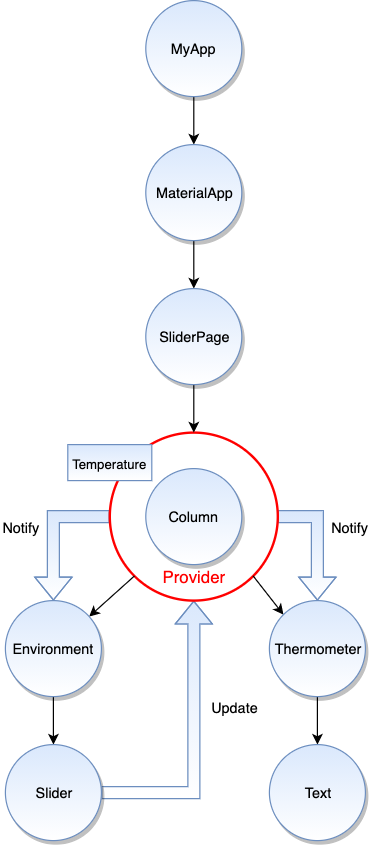
Before: assets/slider-widget-tree-01.png, a diagram exported from draw.io (meysammahfouzi/slider-provider). Source tidied: cells renumbered, new cells last; positions are measured from the earlier drawing's top-left corner, leaving out a move shared by most shapes. Source of this version:
```xml
<mxGraphModel>
  <root>
    <mxCell id="0" />
    <mxCell id="1" parent="0" />
    <mxCell id="2" style="edgeStyle=orthogonalEdgeStyle;rounded=0;jettySize=auto;html=1;entryX=0.5;entryY=1;entryDx=0;entryDy=0;shape=flexArrow;fillColor=#dae8fc;strokeColor=#6c8ebf;gradientColor=#ffffff;" parent="1" edge="1" source="21" target="5">
      <mxGeometry relative="1" as="geometry" />
    </mxCell>
    <mxCell id="3" style="edgeStyle=orthogonalEdgeStyle;shape=flexArrow;rounded=0;jettySize=auto;html=1;exitX=1;exitY=0.5;exitDx=0;exitDy=0;entryX=0.5;entryY=0;entryDx=0;entryDy=0;fillColor=#dae8fc;strokeColor=#6c8ebf;gradientColor=#ffffff;" parent="1" edge="1" source="5" target="20">
      <mxGeometry relative="1" as="geometry" />
    </mxCell>
    <mxCell id="4" style="edgeStyle=orthogonalEdgeStyle;shape=flexArrow;rounded=0;jettySize=auto;html=1;exitX=0;exitY=0.5;exitDx=0;exitDy=0;entryX=0.5;entryY=0;entryDx=0;entryDy=0;fillColor=#dae8fc;strokeColor=#6c8ebf;gradientColor=#ffffff;" parent="1" edge="1" source="5" target="16">
      <mxGeometry relative="1" as="geometry" />
    </mxCell>
    <mxCell id="5" style="ellipse;whiteSpace=wrap;html=1;shadow=0;fillColor=none;strokeColor=#FF0000;strokeWidth=2;gradientColor=#ffffff;gradientDirection=east;" parent="1" vertex="1">
      <mxGeometry x="91" y="360" width="140" height="140" as="geometry" />
    </mxCell>
    <mxCell id="6" style="jettySize=auto;html=1;exitX=0.5;exitY=1;exitDx=0;exitDy=0;strokeColor=#000000;rounded=0;entryX=0.5;entryY=0;entryDx=0;entryDy=0;" parent="1" edge="1" source="7" target="9">
      <mxGeometry relative="1" as="geometry" />
    </mxCell>
    <mxCell id="7" value="MyApp" style="ellipse;whiteSpace=wrap;html=1;fillColor=#dae8fc;strokeColor=#6c8ebf;gradientColor=#ffffff;shadow=1;" parent="1" vertex="1">
      <mxGeometry x="121" width="80" height="80" as="geometry" />
    </mxCell>
    <mxCell id="8" style="rounded=0;jettySize=auto;html=1;exitX=0.5;exitY=1;exitDx=0;exitDy=0;entryX=0.5;entryY=0;entryDx=0;entryDy=0;gradientColor=#ffffff;" parent="1" edge="1" source="9" target="11">
      <mxGeometry relative="1" as="geometry" />
    </mxCell>
    <mxCell id="9" value="MaterialApp" style="ellipse;whiteSpace=wrap;html=1;fillColor=#dae8fc;strokeColor=#6c8ebf;gradientColor=#ffffff;shadow=1;" parent="1" vertex="1">
      <mxGeometry x="121" y="120" width="80" height="80" as="geometry" />
    </mxCell>
    <mxCell id="10" style="edgeStyle=orthogonalEdgeStyle;rounded=0;jettySize=auto;html=1;exitX=0.5;exitY=1;exitDx=0;exitDy=0;entryX=0.5;entryY=0;entryDx=0;entryDy=0;gradientColor=#ffffff;" parent="1" edge="1" source="11" target="5">
      <mxGeometry relative="1" as="geometry" />
    </mxCell>
    <mxCell id="11" value="SliderPage" style="ellipse;whiteSpace=wrap;html=1;fillColor=#dae8fc;strokeColor=#6c8ebf;gradientColor=#ffffff;shadow=1;" parent="1" vertex="1">
      <mxGeometry x="121" y="240" width="80" height="80" as="geometry" />
    </mxCell>
    <mxCell id="12" style="edgeStyle=none;rounded=0;jettySize=auto;html=1;gradientColor=#ffffff;exitX=0;exitY=1;exitDx=0;exitDy=0;" parent="1" edge="1" source="5" target="16">
      <mxGeometry relative="1" as="geometry" />
    </mxCell>
    <mxCell id="13" style="edgeStyle=none;rounded=0;jettySize=auto;html=1;exitX=1;exitY=1;exitDx=0;exitDy=0;entryX=0;entryY=0;entryDx=0;entryDy=0;gradientColor=#ffffff;" parent="1" edge="1" source="5" target="20">
      <mxGeometry relative="1" as="geometry" />
    </mxCell>
    <mxCell id="14" value="Column" style="ellipse;whiteSpace=wrap;html=1;fillColor=#dae8fc;strokeColor=#6c8ebf;gradientColor=#ffffff;shadow=1;" parent="1" vertex="1">
      <mxGeometry x="121" y="390" width="80" height="80" as="geometry" />
    </mxCell>
    <mxCell id="15" style="edgeStyle=none;rounded=0;jettySize=auto;html=1;gradientColor=#ffffff;" parent="1" edge="1" source="16" target="21">
      <mxGeometry relative="1" as="geometry" />
    </mxCell>
    <mxCell id="16" value="Environment" style="ellipse;whiteSpace=wrap;html=1;fillColor=#dae8fc;strokeColor=#6c8ebf;gradientColor=#ffffff;shadow=1;" parent="1" vertex="1">
      <mxGeometry x="4" y="500" width="80" height="80" as="geometry" />
    </mxCell>
    <mxCell id="17" value="Provider" style="text;html=1;strokeColor=none;fillColor=none;align=center;verticalAlign=middle;whiteSpace=wrap;rounded=0;shadow=0;fontColor=#FF0000;fontSize=14;" parent="1" vertex="1">
      <mxGeometry x="141" y="470" width="40" height="20" as="geometry" />
    </mxCell>
    <mxCell id="18" value="&lt;font style=&quot;font-size: 11px&quot;&gt;Temperature&lt;/font&gt;" style="text;html=1;strokeColor=#6c8ebf;fillColor=#dae8fc;align=center;verticalAlign=middle;whiteSpace=wrap;rounded=0;shadow=0;labelBackgroundColor=none;fontSize=14;gradientColor=#ffffff;" parent="1" vertex="1">
      <mxGeometry x="56" y="370" width="70" height="30" as="geometry" />
    </mxCell>
    <mxCell id="19" style="edgeStyle=none;rounded=0;jettySize=auto;html=1;gradientColor=#ffffff;" parent="1" edge="1" source="20" target="22">
      <mxGeometry relative="1" as="geometry" />
    </mxCell>
    <mxCell id="20" value="Thermometer" style="ellipse;whiteSpace=wrap;html=1;fillColor=#dae8fc;strokeColor=#6c8ebf;gradientColor=#ffffff;shadow=1;" parent="1" vertex="1">
      <mxGeometry x="224" y="500" width="80" height="80" as="geometry" />
    </mxCell>
    <mxCell id="21" value="Slider" style="ellipse;whiteSpace=wrap;html=1;fillColor=#dae8fc;strokeColor=#6c8ebf;gradientColor=#ffffff;shadow=1;" parent="1" vertex="1">
      <mxGeometry x="4" y="620" width="80" height="80" as="geometry" />
    </mxCell>
    <mxCell id="22" value="Text" style="ellipse;whiteSpace=wrap;html=1;fillColor=#dae8fc;strokeColor=#6c8ebf;gradientColor=#ffffff;shadow=1;" parent="1" vertex="1">
      <mxGeometry x="224" y="620" width="80" height="80" as="geometry" />
    </mxCell>
    <mxCell id="23" value="Update" style="text;html=1;align=left;verticalAlign=top;spacingTop=-4;" parent="1" vertex="1">
      <mxGeometry x="174" y="580" width="50" height="20" as="geometry" />
    </mxCell>
    <mxCell id="24" value="Notify" style="text;html=1;align=left;verticalAlign=top;spacingTop=-4;" parent="1" vertex="1">
      <mxGeometry x="274" y="430" width="50" height="20" as="geometry" />
    </mxCell>
    <mxCell id="25" value="Notify" style="text;html=1;align=left;verticalAlign=top;spacingTop=-4;" parent="1" vertex="1">
      <mxGeometry y="430" width="50" height="20" as="geometry" />
    </mxCell>
  </root>
</mxGraphModel>
```
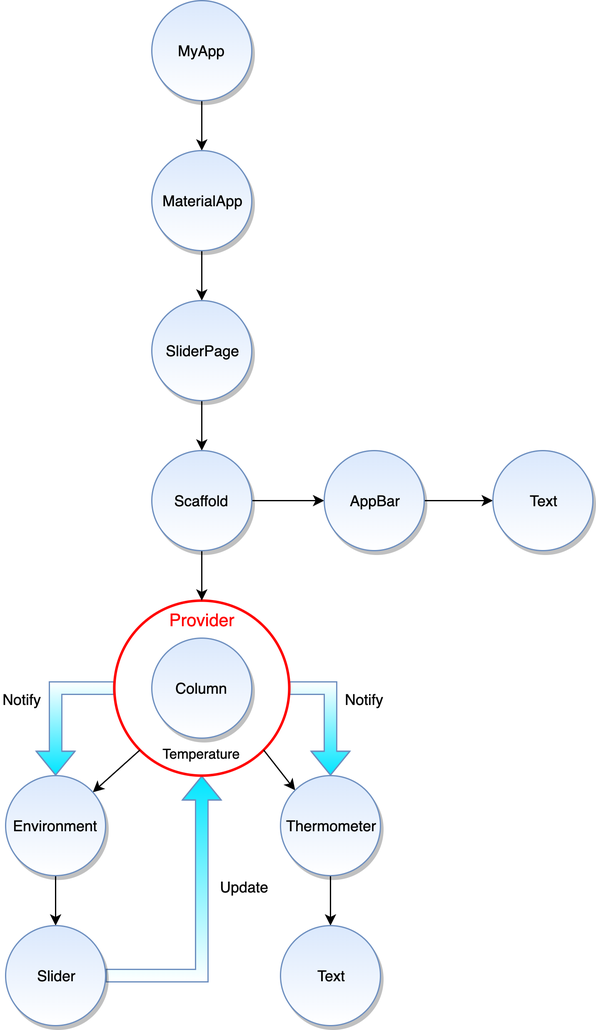
After the commit.

Commit message:
Rename temperature class

Change to the diagram source:
```diff
@@ -2,13 +2,13 @@
   <root>
     <mxCell id="0" />
     <mxCell id="1" parent="0" />
-    <mxCell id="2" style="edgeStyle=orthogonalEdgeStyle;rounded=0;jettySize=auto;html=1;entryX=0.5;entryY=1;entryDx=0;entryDy=0;shape=flexArrow;fillColor=#dae8fc;strokeColor=#6c8ebf;gradientColor=#ffffff;" parent="1" edge="1" source="21" target="5">
+    <mxCell id="2" style="edgeStyle=orthogonalEdgeStyle;rounded=0;jettySize=auto;html=1;entryX=0.5;entryY=1;entryDx=0;entryDy=0;shape=flexArrow;fillColor=#00E5FF;strokeColor=#6c8ebf;gradientColor=#ffffff;" parent="1" edge="1" source="21" target="5">
       <mxGeometry relative="1" as="geometry" />
     </mxCell>
-    <mxCell id="3" style="edgeStyle=orthogonalEdgeStyle;shape=flexArrow;rounded=0;jettySize=auto;html=1;exitX=1;exitY=0.5;exitDx=0;exitDy=0;entryX=0.5;entryY=0;entryDx=0;entryDy=0;fillColor=#dae8fc;strokeColor=#6c8ebf;gradientColor=#ffffff;" parent="1" edge="1" source="5" target="20">
+    <mxCell id="3" style="edgeStyle=orthogonalEdgeStyle;shape=flexArrow;rounded=0;jettySize=auto;html=1;exitX=1;exitY=0.5;exitDx=0;exitDy=0;entryX=0.5;entryY=0;entryDx=0;entryDy=0;fillColor=#FFFFFF;strokeColor=#6c8ebf;gradientColor=#00E5FF;" parent="1" edge="1" source="5" target="20">
       <mxGeometry relative="1" as="geometry" />
     </mxCell>
-    <mxCell id="4" style="edgeStyle=orthogonalEdgeStyle;shape=flexArrow;rounded=0;jettySize=auto;html=1;exitX=0;exitY=0.5;exitDx=0;exitDy=0;entryX=0.5;entryY=0;entryDx=0;entryDy=0;fillColor=#dae8fc;strokeColor=#6c8ebf;gradientColor=#ffffff;" parent="1" edge="1" source="5" target="16">
+    <mxCell id="4" style="edgeStyle=orthogonalEdgeStyle;shape=flexArrow;rounded=0;jettySize=auto;html=1;exitX=0;exitY=0.5;exitDx=0;exitDy=0;entryX=0.5;entryY=0;entryDx=0;entryDy=0;fillColor=#FFFFFF;strokeColor=#6c8ebf;gradientColor=#00E5FF;" parent="1" edge="1" source="5" target="16">
       <mxGeometry relative="1" as="geometry" />
     </mxCell>
     <mxCell id="5" style="ellipse;whiteSpace=wrap;html=1;shadow=0;fillColor=none;strokeColor=#FF0000;strokeWidth=2;gradientColor=#ffffff;gradientDirection=east;" parent="1" vertex="1">
@@ -18,19 +18,19 @@
       <mxGeometry relative="1" as="geometry" />
     </mxCell>
     <mxCell id="7" value="MyApp" style="ellipse;whiteSpace=wrap;html=1;fillColor=#dae8fc;strokeColor=#6c8ebf;gradientColor=#ffffff;shadow=1;" parent="1" vertex="1">
-      <mxGeometry x="121" width="80" height="80" as="geometry" />
+      <mxGeometry x="121" y="-120" width="80" height="80" as="geometry" />
     </mxCell>
     <mxCell id="8" style="rounded=0;jettySize=auto;html=1;exitX=0.5;exitY=1;exitDx=0;exitDy=0;entryX=0.5;entryY=0;entryDx=0;entryDy=0;gradientColor=#ffffff;" parent="1" edge="1" source="9" target="11">
       <mxGeometry relative="1" as="geometry" />
     </mxCell>
     <mxCell id="9" value="MaterialApp" style="ellipse;whiteSpace=wrap;html=1;fillColor=#dae8fc;strokeColor=#6c8ebf;gradientColor=#ffffff;shadow=1;" parent="1" vertex="1">
-      <mxGeometry x="121" y="120" width="80" height="80" as="geometry" />
+      <mxGeometry x="121" width="80" height="80" as="geometry" />
     </mxCell>
-    <mxCell id="10" style="edgeStyle=orthogonalEdgeStyle;rounded=0;jettySize=auto;html=1;exitX=0.5;exitY=1;exitDx=0;exitDy=0;entryX=0.5;entryY=0;entryDx=0;entryDy=0;gradientColor=#ffffff;" parent="1" edge="1" source="11" target="5">
+    <mxCell id="10" style="rounded=0;jettySize=auto;html=1;exitX=0.5;exitY=1;exitDx=0;exitDy=0;gradientColor=#ffffff;" parent="1" edge="1" source="11" target="28">
       <mxGeometry relative="1" as="geometry" />
     </mxCell>
     <mxCell id="11" value="SliderPage" style="ellipse;whiteSpace=wrap;html=1;fillColor=#dae8fc;strokeColor=#6c8ebf;gradientColor=#ffffff;shadow=1;" parent="1" vertex="1">
-      <mxGeometry x="121" y="240" width="80" height="80" as="geometry" />
+      <mxGeometry x="121" y="120" width="80" height="80" as="geometry" />
     </mxCell>
     <mxCell id="12" style="edgeStyle=none;rounded=0;jettySize=auto;html=1;gradientColor=#ffffff;exitX=0;exitY=1;exitDx=0;exitDy=0;" parent="1" edge="1" source="5" target="16">
       <mxGeometry relative="1" as="geometry" />
@@ -48,10 +48,10 @@
       <mxGeometry x="4" y="500" width="80" height="80" as="geometry" />
     </mxCell>
     <mxCell id="17" value="Provider" style="text;html=1;strokeColor=none;fillColor=none;align=center;verticalAlign=middle;whiteSpace=wrap;rounded=0;shadow=0;fontColor=#FF0000;fontSize=14;" parent="1" vertex="1">
-      <mxGeometry x="141" y="470" width="40" height="20" as="geometry" />
+      <mxGeometry x="141" y="365" width="40" height="20" as="geometry" />
     </mxCell>
-    <mxCell id="18" value="&lt;font style=&quot;font-size: 11px&quot;&gt;Temperature&lt;/font&gt;" style="text;html=1;strokeColor=#6c8ebf;fillColor=#dae8fc;align=center;verticalAlign=middle;whiteSpace=wrap;rounded=0;shadow=0;labelBackgroundColor=none;fontSize=14;gradientColor=#ffffff;" parent="1" vertex="1">
-      <mxGeometry x="56" y="370" width="70" height="30" as="geometry" />
+    <mxCell id="18" value="&lt;font style=&quot;font-size: 11px&quot;&gt;Temperature&lt;/font&gt;" style="text;html=1;align=center;verticalAlign=middle;whiteSpace=wrap;rounded=0;shadow=0;labelBackgroundColor=none;fontSize=14;" parent="1" vertex="1">
+      <mxGeometry x="126" y="466" width="70" height="30" as="geometry" />
     </mxCell>
     <mxCell id="19" style="edgeStyle=none;rounded=0;jettySize=auto;html=1;gradientColor=#ffffff;" parent="1" edge="1" source="20" target="22">
       <mxGeometry relative="1" as="geometry" />
@@ -74,5 +74,23 @@
     <mxCell id="25" value="Notify" style="text;html=1;align=left;verticalAlign=top;spacingTop=-4;" parent="1" vertex="1">
       <mxGeometry y="430" width="50" height="20" as="geometry" />
     </mxCell>
+    <mxCell id="26" style="edgeStyle=none;rounded=0;jettySize=auto;html=1;exitX=0.5;exitY=1;exitDx=0;exitDy=0;entryX=0.5;entryY=0;entryDx=0;entryDy=0;gradientColor=#ffffff;" parent="1" edge="1" source="28" target="5">
+      <mxGeometry relative="1" as="geometry" />
+    </mxCell>
+    <mxCell id="27" style="edgeStyle=none;rounded=0;jettySize=auto;html=1;gradientColor=#ffffff;" parent="1" edge="1" source="28" target="30">
+      <mxGeometry relative="1" as="geometry" />
+    </mxCell>
+    <mxCell id="28" value="Scaffold" style="ellipse;whiteSpace=wrap;html=1;fillColor=#dae8fc;strokeColor=#6c8ebf;gradientColor=#ffffff;shadow=1;" parent="1" vertex="1">
+      <mxGeometry x="121" y="240" width="80" height="80" as="geometry" />
+    </mxCell>
+    <mxCell id="29" style="edgeStyle=none;rounded=0;jettySize=auto;html=1;gradientColor=#ffffff;" parent="1" edge="1" source="30" target="31">
+      <mxGeometry relative="1" as="geometry" />
+    </mxCell>
+    <mxCell id="30" value="AppBar" style="ellipse;whiteSpace=wrap;html=1;fillColor=#dae8fc;strokeColor=#6c8ebf;gradientColor=#ffffff;shadow=1;" parent="1" vertex="1">
+      <mxGeometry x="259" y="240" width="80" height="80" as="geometry" />
+    </mxCell>
+    <mxCell id="31" value="Text" style="ellipse;whiteSpace=wrap;html=1;fillColor=#dae8fc;strokeColor=#6c8ebf;gradientColor=#ffffff;shadow=1;" parent="1" vertex="1">
+      <mxGeometry x="394" y="240" width="80" height="80" as="geometry" />
+    </mxCell>
   </root>
 </mxGraphModel>
```
